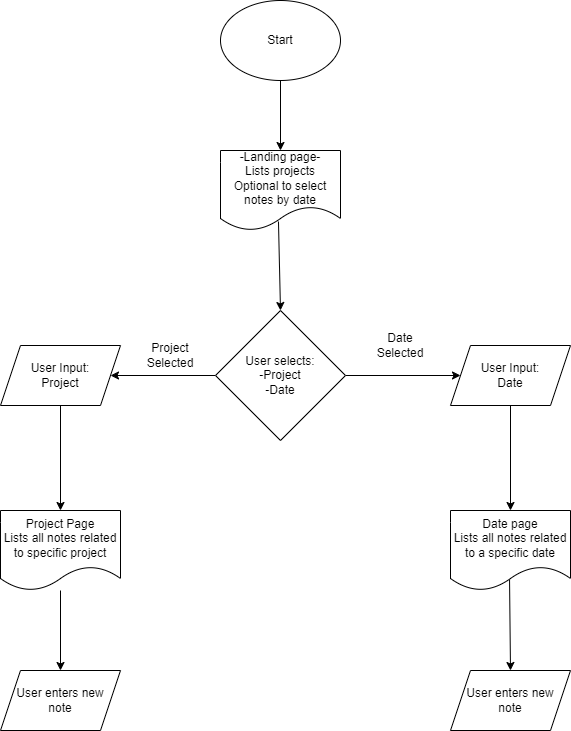
This is specs/brainstorm/controlflow.drawio.png from cse110-sp24-group4/cse110-sp24-group4, a draw.io export, as it was before one commit. Source tidied: cells renumbered, new cells last; positions are measured from the earlier drawing's top-left corner, leaving out a move shared by most shapes.
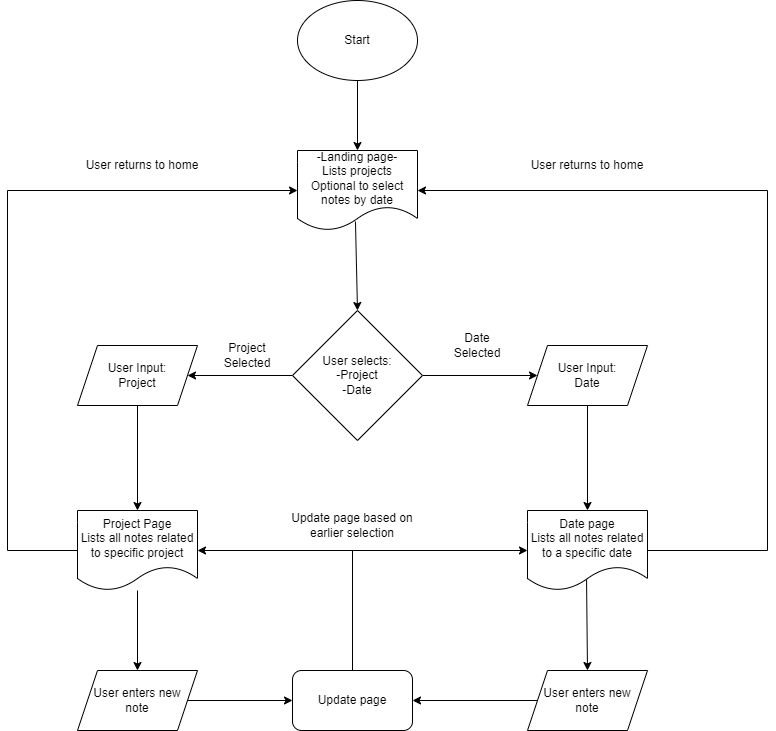
After the commit.

Commit message:
control flow diagram drawio file

What changed in the source:
```diff
@@ -50,14 +50,72 @@
     <mxCell id="17" style="edgeStyle=none;html=1;exitX=0.492;exitY=0.863;exitDx=0;exitDy=0;entryX=0.5;entryY=0;entryDx=0;entryDy=0;exitPerimeter=0;" parent="1" edge="1" source="12" target="18">
       <mxGeometry relative="1" as="geometry" />
     </mxCell>
+    <mxCell id="21" style="edgeStyle=none;html=1;exitX=0;exitY=0.5;exitDx=0;exitDy=0;" parent="1" edge="1" source="18" target="23">
+      <mxGeometry relative="1" as="geometry" />
+    </mxCell>
     <mxCell id="18" value="User enters new&lt;br&gt;note" style="shape=parallelogram;perimeter=parallelogramPerimeter;whiteSpace=wrap;html=1;fixedSize=1;" parent="1" vertex="1">
       <mxGeometry x="450" y="670" width="120" height="60" as="geometry" />
     </mxCell>
     <mxCell id="19" style="edgeStyle=none;html=1;entryX=0.5;entryY=0;entryDx=0;entryDy=0;" parent="1" edge="1" source="11" target="20">
       <mxGeometry relative="1" as="geometry" />
     </mxCell>
+    <mxCell id="22" style="edgeStyle=none;html=1;exitX=1;exitY=0.5;exitDx=0;exitDy=0;" parent="1" edge="1" source="20" target="23">
+      <mxGeometry relative="1" as="geometry" />
+    </mxCell>
     <mxCell id="20" value="User enters new &lt;br&gt;note" style="shape=parallelogram;perimeter=parallelogramPerimeter;whiteSpace=wrap;html=1;fixedSize=1;" parent="1" vertex="1">
       <mxGeometry y="670" width="120" height="60" as="geometry" />
     </mxCell>
+    <mxCell id="23" value="Update page" style="rounded=1;whiteSpace=wrap;html=1;" parent="1" vertex="1">
+      <mxGeometry x="215" y="670" width="120" height="60" as="geometry" />
+    </mxCell>
+    <mxCell id="24" style="endArrow=classic;startArrow=classic;html=1;entryX=0;entryY=0.5;entryDx=0;entryDy=0;" parent="1" edge="1" source="11" target="12">
+      <mxGeometry relative="1" as="geometry" />
+    </mxCell>
+    <mxCell id="25" style="endArrow=none;html=1;exitX=0.5;exitY=0;exitDx=0;exitDy=0;" parent="1" edge="1" source="23">
+      <mxGeometry relative="1" as="geometry">
+        <mxPoint x="275" y="550" as="targetPoint" />
+      </mxGeometry>
+    </mxCell>
+    <mxCell id="26" value="Update page based on earlier selection" style="text;html=1;strokeColor=none;fillColor=none;align=center;verticalAlign=middle;whiteSpace=wrap;rounded=0;" parent="1" vertex="1">
+      <mxGeometry x="195" y="510" width="160" height="30" as="geometry" />
+    </mxCell>
+    <mxCell id="27" style="endArrow=none;html=1;entryX=0;entryY=0.5;entryDx=0;entryDy=0;" parent="1" edge="1" target="11">
+      <mxGeometry relative="1" as="geometry">
+        <mxPoint x="-70" y="550" as="sourcePoint" />
+      </mxGeometry>
+    </mxCell>
+    <mxCell id="28" style="endArrow=none;html=1;" parent="1" edge="1">
+      <mxGeometry relative="1" as="geometry">
+        <mxPoint x="-70" y="550" as="sourcePoint" />
+        <mxPoint x="-70" y="190" as="targetPoint" />
+      </mxGeometry>
+    </mxCell>
+    <mxCell id="29" style="endArrow=classic;html=1;" parent="1" edge="1" target="4">
+      <mxGeometry relative="1" as="geometry">
+        <mxPoint x="-70" y="190" as="sourcePoint" />
+      </mxGeometry>
+    </mxCell>
+    <mxCell id="30" style="endArrow=none;html=1;" parent="1" edge="1">
+      <mxGeometry relative="1" as="geometry">
+        <mxPoint x="690" y="550" as="sourcePoint" />
+        <mxPoint x="690" y="190" as="targetPoint" />
+      </mxGeometry>
+    </mxCell>
+    <mxCell id="31" style="endArrow=none;html=1;exitX=1;exitY=0.5;exitDx=0;exitDy=0;" parent="1" edge="1" source="12">
+      <mxGeometry relative="1" as="geometry">
+        <mxPoint x="690" y="550" as="targetPoint" />
+      </mxGeometry>
+    </mxCell>
+    <mxCell id="32" style="endArrow=classic;html=1;entryX=1;entryY=0.5;entryDx=0;entryDy=0;" parent="1" edge="1" target="4">
+      <mxGeometry relative="1" as="geometry">
+        <mxPoint x="690" y="190" as="sourcePoint" />
+      </mxGeometry>
+    </mxCell>
+    <mxCell id="33" value="User returns to home" style="text;html=1;strokeColor=none;fillColor=none;align=center;verticalAlign=middle;whiteSpace=wrap;rounded=0;" parent="1" vertex="1">
+      <mxGeometry x="-10" y="150" width="150" height="30" as="geometry" />
+    </mxCell>
+    <mxCell id="34" value="User returns to home" style="text;html=1;strokeColor=none;fillColor=none;align=center;verticalAlign=middle;whiteSpace=wrap;rounded=0;" parent="1" vertex="1">
+      <mxGeometry x="435" y="150" width="150" height="30" as="geometry" />
+    </mxCell>
   </root>
 </mxGraphModel>
```
